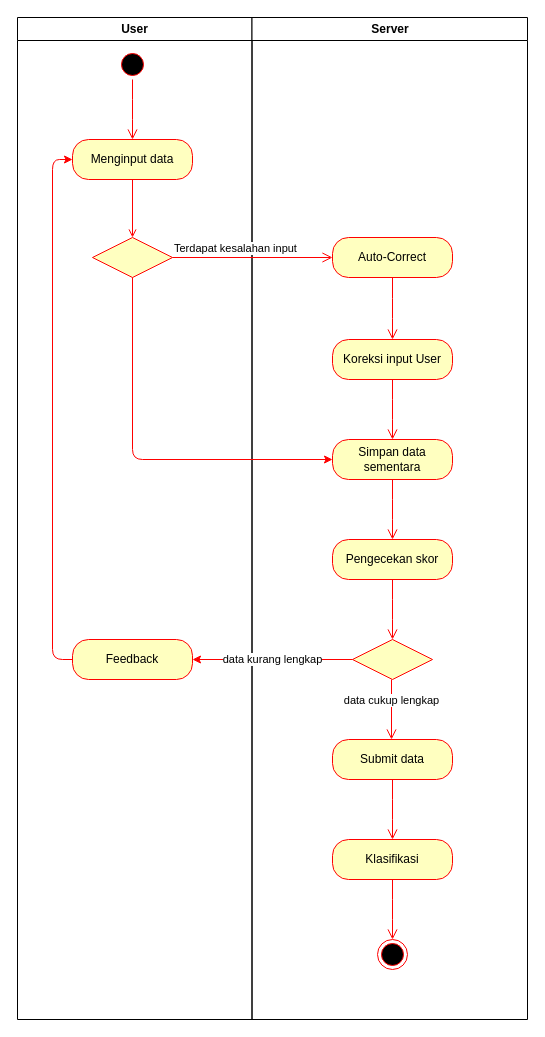
Earlier version of the draw.io diagram Activity Diagram.drawio (newarifrh/BigData). Source tidied: cells renumbered, new cells numbered last; positions are measured from the earlier drawing's top-left corner, leaving out a move shared by most shapes. Both pictures are drawn from the tidied source at 100%, with x=0, y=0 at pixel (17, 17).
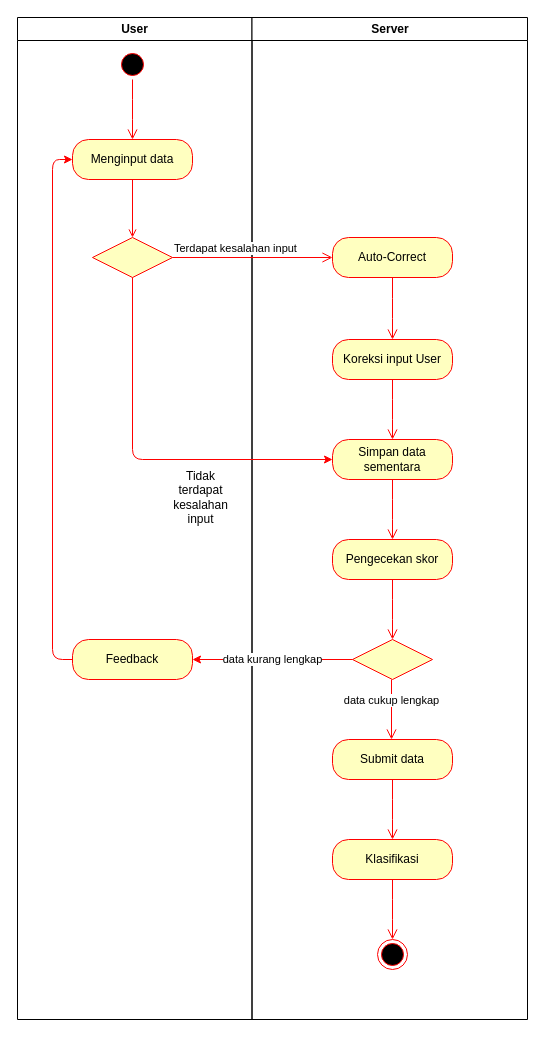
The same page after the edit.

The change refers to these unchanged cells:
```xml
<mxCell id="27" style="edgeStyle=orthogonalEdgeStyle;rounded=1;jettySize=auto;html=1;exitX=0.5;exitY=1;exitDx=0;exitDy=0;entryX=0;entryY=0.5;entryDx=0;entryDy=0;strokeColor=#FF0000;" parent="1" edge="1" source="4" target="15">
  <mxGeometry relative="1" as="geometry" />
</mxCell>
```

Change to the diagram source:
```diff
@@
+    <mxCell id="29" value="Tidak&lt;br&gt;terdapat&lt;br&gt;kesalahan&lt;br&gt;input" style="text;html=1;align=center;verticalAlign=middle;labelBackgroundColor=#ffffff;" parent="27" vertex="1">
+      <mxGeometry x="-0.05" y="34" relative="1" as="geometry">
+        <mxPoint x="33" y="38" as="offset" />
+      </mxGeometry>
+    </mxCell>
```
